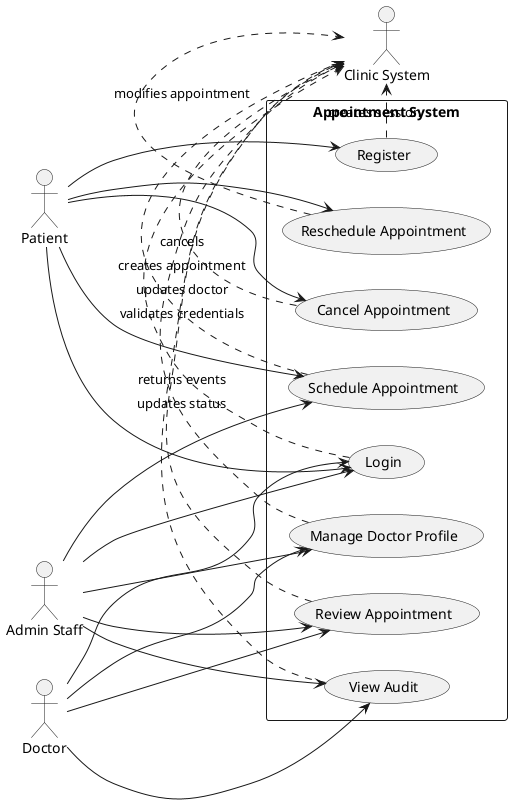
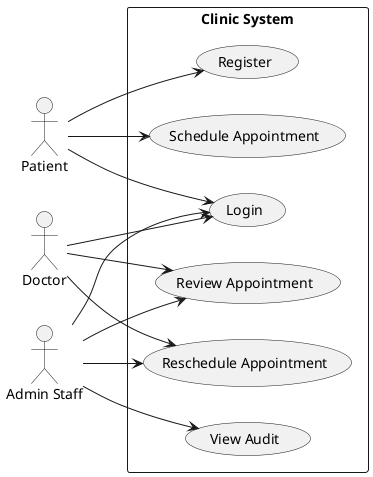
@startuml
left to right direction
- skinparam packageStyle rectangle
- actor Patient
- actor Doctor
- actor "Admin Staff" as Admin
- actor "Clinic System" as System
- rectangle "Appointment System" {
+ actor Patient as P
+ actor Doctor as D
+ actor "Admin Staff" as A
+ rectangle "Clinic System" as CS {
  usecase "Register" as UC1
  usecase "Login" as UC2
  usecase "Schedule Appointment" as UC3
  usecase "Review Appointment" as UC4
  usecase "Reschedule Appointment" as UC5
-   usecase "Cancel Appointment" as UC6
-   usecase "Manage Doctor Profile" as UC7
-   usecase "View Audit" as UC8
+   usecase "View Audit" as UC6
}
- Patient --> UC1
- Patient --> UC2
- Patient --> UC3
- Patient --> UC5
- Patient --> UC6
- Doctor --> UC2
- Doctor --> UC4
- Doctor --> UC7
- Doctor --> UC8
- Admin --> UC2
- Admin --> UC4
- Admin --> UC7
- Admin --> UC8
- Admin --> UC3
- UC1 .> System : creates session
- UC2 .> System : validates credentials
- UC3 .> System : creates appointment
- UC4 .> System : updates status
- UC5 .> System : modifies appointment
- UC6 .> System : cancels
- UC7 .> System : updates doctor
- UC8 .> System : returns events
+ P --> UC1
+ P --> UC2
+ P --> UC3
+ D --> UC2
+ D --> UC4
+ D --> UC5
+ A --> UC2
+ A --> UC4
+ A --> UC5
+ A --> UC6
@enduml
